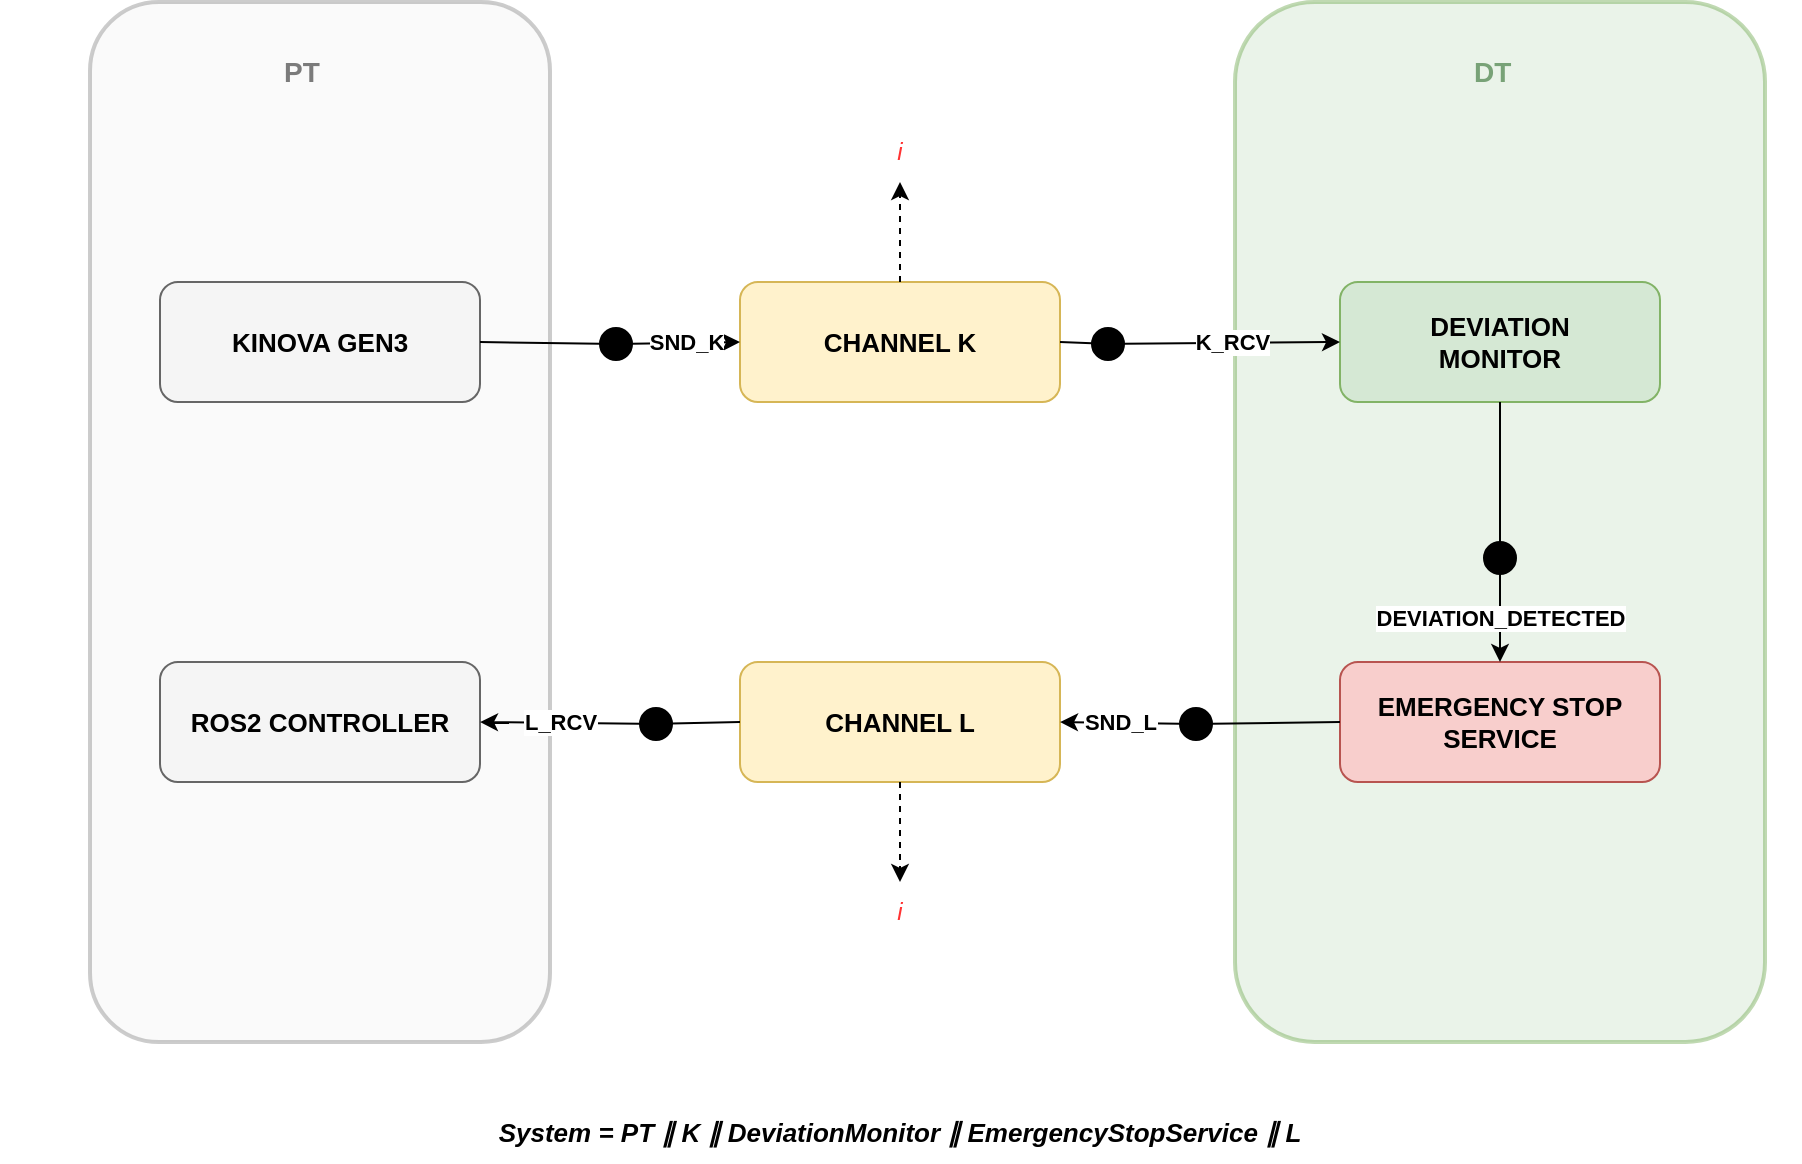
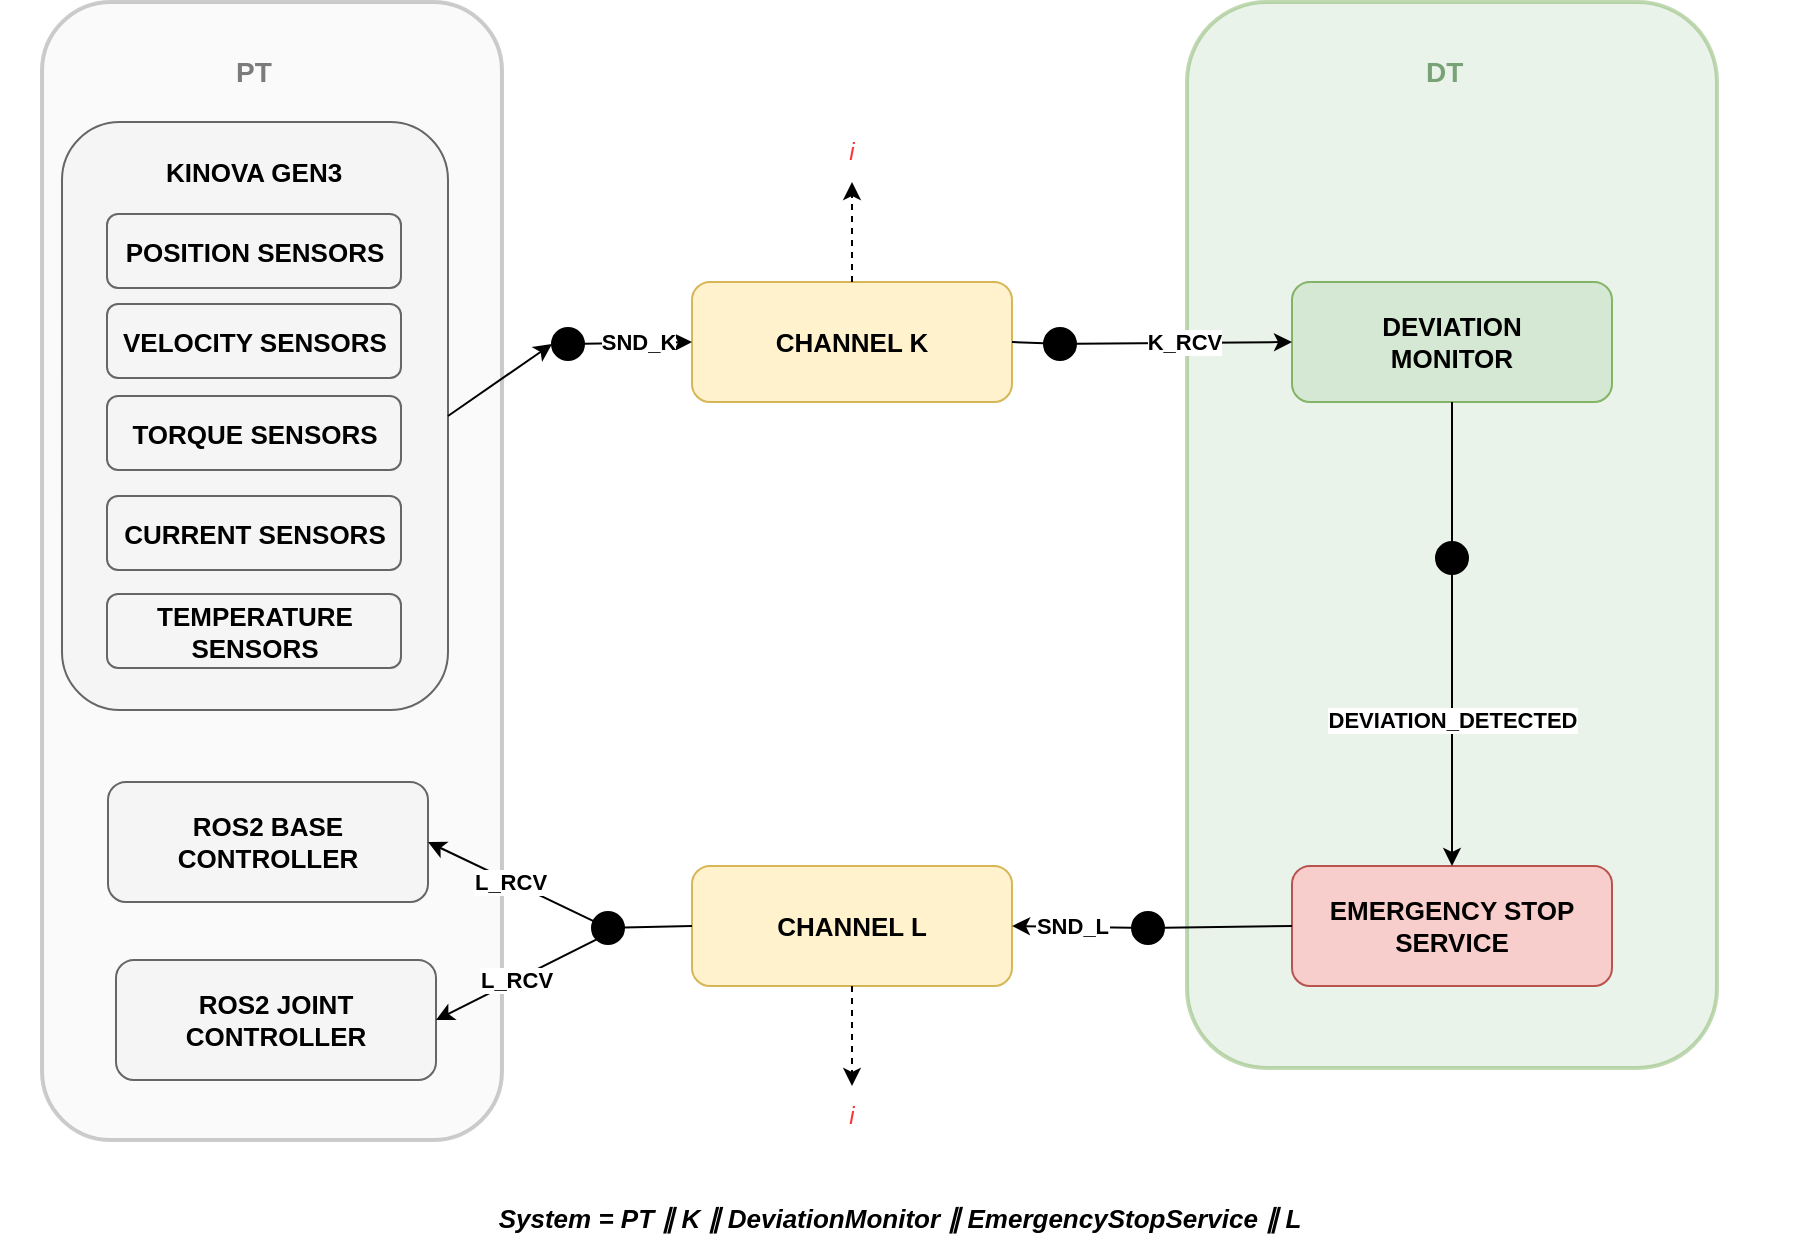
<mxfile host="app.diagrams.net">
-   <diagram name="Page-1" id="aHF6abA9luz294E4NwM4">
-     <mxGraphModel dx="1804" dy="924" grid="1" gridSize="10" guides="1" tooltips="1" connect="1" arrows="1" fold="1" page="1" pageScale="1" pageWidth="850" pageHeight="1100" math="0" shadow="0">
+   <diagram name="Page-1" id="sh9bsMB08n6d6SiCNyWP">
+     <mxGraphModel dx="1406" dy="780" grid="0" gridSize="10" guides="1" tooltips="1" connect="1" arrows="1" fold="1" page="0" pageScale="1" pageWidth="850" pageHeight="1100" math="0" shadow="0">
      <root>
        <mxCell id="0" />
        <mxCell id="1" parent="0" />
-         <mxCell id="-dvypi9WUPhnLqLtzSfD-53" parent="1" style="text;html=1;strokeColor=none;fillColor=none;align=left;verticalAlign=top;whiteSpace=wrap;rounded=0;fontSize=14;fontStyle=1;" value="PT" vertex="1">
+         <mxCell id="Dj8f1PWZDev7fTzcWcMN-1" parent="1" style="text;html=1;strokeColor=none;fillColor=none;align=left;verticalAlign=top;whiteSpace=wrap;rounded=0;fontSize=14;fontStyle=1;" value="PT" vertex="1">
          <mxGeometry height="30" width="40" x="150" y="80" as="geometry" />
        </mxCell>
-         <mxCell id="-dvypi9WUPhnLqLtzSfD-54" parent="1" style="rounded=1;whiteSpace=wrap;html=1;fillColor=#f5f5f5;strokeColor=#999999;strokeWidth=2;fontSize=12;opacity=50;" value="" vertex="1">
-           <mxGeometry height="520" width="230" x="55" y="60" as="geometry" />
+         <mxCell id="Dj8f1PWZDev7fTzcWcMN-2" parent="1" style="rounded=1;whiteSpace=wrap;html=1;fillColor=#f5f5f5;strokeColor=#999999;strokeWidth=2;fontSize=12;opacity=50;" value="" vertex="1">
+           <mxGeometry height="569" width="230" x="55" y="60" as="geometry" />
        </mxCell>
-         <mxCell id="-dvypi9WUPhnLqLtzSfD-55" parent="1" style="text;html=1;strokeColor=none;fillColor=none;align=left;verticalAlign=top;whiteSpace=wrap;rounded=0;fontSize=14;fontStyle=1;fontColor=#1a5c1a;" value="DT" vertex="1">
+         <mxCell id="Dj8f1PWZDev7fTzcWcMN-3" parent="1" style="text;html=1;strokeColor=none;fillColor=none;align=left;verticalAlign=top;whiteSpace=wrap;rounded=0;fontSize=14;fontStyle=1;fontColor=#1a5c1a;" value="DT" vertex="1">
          <mxGeometry height="30" width="30" x="745" y="80" as="geometry" />
        </mxCell>
-         <mxCell id="-dvypi9WUPhnLqLtzSfD-56" parent="1" style="rounded=1;whiteSpace=wrap;html=1;fillColor=#d5e8d4;strokeColor=#82b366;strokeWidth=2;fontSize=12;opacity=50;" value="" vertex="1">
-           <mxGeometry height="520" width="265" x="627.5" y="60" as="geometry" />
+         <mxCell id="Dj8f1PWZDev7fTzcWcMN-4" parent="1" style="rounded=1;whiteSpace=wrap;html=1;fillColor=#d5e8d4;strokeColor=#82b366;strokeWidth=2;fontSize=12;opacity=50;" value="" vertex="1">
+           <mxGeometry height="533" width="265" x="627.5" y="60" as="geometry" />
        </mxCell>
-         <mxCell id="-dvypi9WUPhnLqLtzSfD-57" parent="1" style="rounded=1;whiteSpace=wrap;html=1;fillColor=#f5f5f5;strokeColor=#666666;fontStyle=1;fontSize=13;" value="KINOVA GEN3" vertex="1">
-           <mxGeometry height="60" width="160" x="90" y="200" as="geometry" />
+         <mxCell id="Dj8f1PWZDev7fTzcWcMN-5" parent="1" style="rounded=1;whiteSpace=wrap;html=1;fillColor=#f5f5f5;strokeColor=#666666;fontStyle=1;fontSize=13;" value="" vertex="1">
+           <mxGeometry height="294" width="193" x="65" y="120" as="geometry" />
        </mxCell>
-         <mxCell id="-dvypi9WUPhnLqLtzSfD-58" parent="1" style="rounded=1;whiteSpace=wrap;html=1;fillColor=#f5f5f5;strokeColor=#666666;fontStyle=1;fontSize=13;" value="ROS2 CONTROLLER" vertex="1">
-           <mxGeometry height="60" width="160" x="90" y="390" as="geometry" />
+         <mxCell id="Dj8f1PWZDev7fTzcWcMN-6" parent="1" style="rounded=1;whiteSpace=wrap;html=1;fillColor=#f5f5f5;strokeColor=#666666;fontStyle=1;fontSize=13;" value="ROS2 BASE CONTROLLER" vertex="1">
+           <mxGeometry height="60" width="160" x="88" y="450" as="geometry" />
        </mxCell>
-         <mxCell id="-dvypi9WUPhnLqLtzSfD-59" parent="1" style="rounded=1;whiteSpace=wrap;html=1;fillColor=#fff2cc;strokeColor=#d6b656;fontStyle=1;fontSize=13;" value="CHANNEL K" vertex="1">
+         <mxCell id="Dj8f1PWZDev7fTzcWcMN-7" parent="1" style="rounded=1;whiteSpace=wrap;html=1;fillColor=#fff2cc;strokeColor=#d6b656;fontStyle=1;fontSize=13;" value="CHANNEL K" vertex="1">
          <mxGeometry height="60" width="160" x="380" y="200" as="geometry" />
        </mxCell>
-         <mxCell id="-dvypi9WUPhnLqLtzSfD-60" parent="1" style="rounded=1;whiteSpace=wrap;html=1;fillColor=#fff2cc;strokeColor=#d6b656;fontStyle=1;fontSize=13;" value="CHANNEL L" vertex="1">
-           <mxGeometry height="60" width="160" x="380" y="390" as="geometry" />
+         <mxCell id="Dj8f1PWZDev7fTzcWcMN-8" parent="1" style="rounded=1;whiteSpace=wrap;html=1;fillColor=#fff2cc;strokeColor=#d6b656;fontStyle=1;fontSize=13;" value="CHANNEL L" vertex="1">
+           <mxGeometry height="60" width="160" x="380" y="492" as="geometry" />
        </mxCell>
-         <mxCell id="-dvypi9WUPhnLqLtzSfD-61" parent="1" style="rounded=1;whiteSpace=wrap;html=1;fillColor=#d5e8d4;strokeColor=#82b366;fontStyle=1;fontSize=13;" value="DEVIATION&lt;br/&gt;MONITOR" vertex="1">
+         <mxCell id="Dj8f1PWZDev7fTzcWcMN-9" parent="1" style="rounded=1;whiteSpace=wrap;html=1;fillColor=#d5e8d4;strokeColor=#82b366;fontStyle=1;fontSize=13;" value="DEVIATION&lt;br/&gt;MONITOR" vertex="1">
          <mxGeometry height="60" width="160" x="680" y="200" as="geometry" />
        </mxCell>
-         <mxCell id="-dvypi9WUPhnLqLtzSfD-62" parent="1" style="rounded=1;whiteSpace=wrap;html=1;fillColor=#f8cecc;strokeColor=#b85450;fontStyle=1;fontSize=13;" value="EMERGENCY STOP&lt;br/&gt;SERVICE" vertex="1">
-           <mxGeometry height="60" width="160" x="680" y="390" as="geometry" />
+         <mxCell id="Dj8f1PWZDev7fTzcWcMN-10" parent="1" style="rounded=1;whiteSpace=wrap;html=1;fillColor=#f8cecc;strokeColor=#b85450;fontStyle=1;fontSize=13;" value="EMERGENCY STOP&lt;br/&gt;SERVICE" vertex="1">
+           <mxGeometry height="60" width="160" x="680" y="492" as="geometry" />
        </mxCell>
-         <mxCell id="-dvypi9WUPhnLqLtzSfD-63" parent="1" style="ellipse;whiteSpace=wrap;html=1;fillColor=#000000;strokeColor=#000000;aspect=fixed;" value="" vertex="1">
+         <mxCell id="Dj8f1PWZDev7fTzcWcMN-11" parent="1" style="ellipse;whiteSpace=wrap;html=1;fillColor=#000000;strokeColor=#000000;aspect=fixed;" value="" vertex="1">
          <mxGeometry height="16" width="16" x="310" y="223" as="geometry" />
        </mxCell>
-         <mxCell id="-dvypi9WUPhnLqLtzSfD-64" parent="1" style="ellipse;whiteSpace=wrap;html=1;fillColor=#000000;strokeColor=#000000;aspect=fixed;" value="" vertex="1">
+         <mxCell id="Dj8f1PWZDev7fTzcWcMN-12" parent="1" style="ellipse;whiteSpace=wrap;html=1;fillColor=#000000;strokeColor=#000000;aspect=fixed;" value="" vertex="1">
          <mxGeometry height="16" width="16" x="556" y="223" as="geometry" />
        </mxCell>
-         <mxCell id="-dvypi9WUPhnLqLtzSfD-65" parent="1" style="ellipse;whiteSpace=wrap;html=1;fillColor=#000000;strokeColor=#000000;aspect=fixed;" value="" vertex="1">
+         <mxCell id="Dj8f1PWZDev7fTzcWcMN-13" parent="1" style="ellipse;whiteSpace=wrap;html=1;fillColor=#000000;strokeColor=#000000;aspect=fixed;" value="" vertex="1">
          <mxGeometry height="16" width="16" x="752" y="330" as="geometry" />
        </mxCell>
-         <mxCell id="-dvypi9WUPhnLqLtzSfD-66" parent="1" style="ellipse;whiteSpace=wrap;html=1;fillColor=#000000;strokeColor=#000000;aspect=fixed;" value="" vertex="1">
-           <mxGeometry height="16" width="16" x="600" y="413" as="geometry" />
+         <mxCell id="Dj8f1PWZDev7fTzcWcMN-14" parent="1" style="ellipse;whiteSpace=wrap;html=1;fillColor=#000000;strokeColor=#000000;aspect=fixed;" value="" vertex="1">
+           <mxGeometry height="16" width="16" x="600" y="515" as="geometry" />
        </mxCell>
-         <mxCell id="-dvypi9WUPhnLqLtzSfD-67" parent="1" style="ellipse;whiteSpace=wrap;html=1;fillColor=#000000;strokeColor=#000000;aspect=fixed;" value="" vertex="1">
-           <mxGeometry height="16" width="16" x="330" y="413" as="geometry" />
+         <mxCell id="Dj8f1PWZDev7fTzcWcMN-15" parent="1" style="ellipse;whiteSpace=wrap;html=1;fillColor=#000000;strokeColor=#000000;aspect=fixed;" value="" vertex="1">
+           <mxGeometry height="16" width="16" x="330" y="515" as="geometry" />
        </mxCell>
-         <mxCell id="-dvypi9WUPhnLqLtzSfD-68" edge="1" parent="1" source="-dvypi9WUPhnLqLtzSfD-57" style="edgeStyle=none;rounded=0;html=1;exitX=1;exitY=0.5;exitDx=0;exitDy=0;endArrow=none;" target="-dvypi9WUPhnLqLtzSfD-63" value="">
+         <mxCell id="Dj8f1PWZDev7fTzcWcMN-17" edge="1" parent="1" source="Dj8f1PWZDev7fTzcWcMN-11" style="edgeStyle=none;rounded=0;html=1;entryX=0;entryY=0.5;entryDx=0;entryDy=0;fontSize=11;fontStyle=1;labelBackgroundColor=#ffffff;" target="Dj8f1PWZDev7fTzcWcMN-7" value="SND_K">
          <mxGeometry relative="1" as="geometry" />
        </mxCell>
-         <mxCell id="-dvypi9WUPhnLqLtzSfD-69" edge="1" parent="1" source="-dvypi9WUPhnLqLtzSfD-63" style="edgeStyle=none;rounded=0;html=1;entryX=0;entryY=0.5;entryDx=0;entryDy=0;fontSize=11;fontStyle=1;labelBackgroundColor=#ffffff;" target="-dvypi9WUPhnLqLtzSfD-59" value="SND_K">
+         <mxCell id="Dj8f1PWZDev7fTzcWcMN-18" edge="1" parent="1" source="Dj8f1PWZDev7fTzcWcMN-7" style="edgeStyle=none;rounded=0;html=1;exitX=1;exitY=0.5;exitDx=0;exitDy=0;endArrow=none;" target="Dj8f1PWZDev7fTzcWcMN-12" value="">
          <mxGeometry relative="1" as="geometry" />
        </mxCell>
-         <mxCell id="-dvypi9WUPhnLqLtzSfD-70" edge="1" parent="1" source="-dvypi9WUPhnLqLtzSfD-59" style="edgeStyle=none;rounded=0;html=1;exitX=1;exitY=0.5;exitDx=0;exitDy=0;endArrow=none;" target="-dvypi9WUPhnLqLtzSfD-64" value="">
+         <mxCell id="Dj8f1PWZDev7fTzcWcMN-19" edge="1" parent="1" source="Dj8f1PWZDev7fTzcWcMN-12" style="edgeStyle=none;rounded=0;html=1;entryX=0;entryY=0.5;entryDx=0;entryDy=0;fontSize=11;fontStyle=1;labelBackgroundColor=#ffffff;" target="Dj8f1PWZDev7fTzcWcMN-9" value="K_RCV">
          <mxGeometry relative="1" as="geometry" />
        </mxCell>
-         <mxCell id="-dvypi9WUPhnLqLtzSfD-71" edge="1" parent="1" source="-dvypi9WUPhnLqLtzSfD-64" style="edgeStyle=none;rounded=0;html=1;entryX=0;entryY=0.5;entryDx=0;entryDy=0;fontSize=11;fontStyle=1;labelBackgroundColor=#ffffff;" target="-dvypi9WUPhnLqLtzSfD-61" value="K_RCV">
+         <mxCell id="Dj8f1PWZDev7fTzcWcMN-20" edge="1" parent="1" source="Dj8f1PWZDev7fTzcWcMN-9" style="edgeStyle=none;rounded=0;html=1;exitX=0.5;exitY=1;exitDx=0;exitDy=0;endArrow=none;" target="Dj8f1PWZDev7fTzcWcMN-13" value="">
          <mxGeometry relative="1" as="geometry" />
        </mxCell>
-         <mxCell id="-dvypi9WUPhnLqLtzSfD-72" edge="1" parent="1" source="-dvypi9WUPhnLqLtzSfD-61" style="edgeStyle=none;rounded=0;html=1;exitX=0.5;exitY=1;exitDx=0;exitDy=0;endArrow=none;" target="-dvypi9WUPhnLqLtzSfD-65" value="">
+         <mxCell id="Dj8f1PWZDev7fTzcWcMN-21" edge="1" parent="1" source="Dj8f1PWZDev7fTzcWcMN-13" style="edgeStyle=none;rounded=0;html=1;entryX=0.5;entryY=0;entryDx=0;entryDy=0;fontSize=11;fontStyle=1;labelBackgroundColor=#ffffff;" target="Dj8f1PWZDev7fTzcWcMN-10" value="DEVIATION_DETECTED">
          <mxGeometry relative="1" as="geometry" />
        </mxCell>
-         <mxCell id="-dvypi9WUPhnLqLtzSfD-73" edge="1" parent="1" source="-dvypi9WUPhnLqLtzSfD-65" style="edgeStyle=none;rounded=0;html=1;entryX=0.5;entryY=0;entryDx=0;entryDy=0;fontSize=11;fontStyle=1;labelBackgroundColor=#ffffff;" target="-dvypi9WUPhnLqLtzSfD-62" value="DEVIATION_DETECTED">
+         <mxCell id="Dj8f1PWZDev7fTzcWcMN-22" edge="1" parent="1" source="Dj8f1PWZDev7fTzcWcMN-10" style="edgeStyle=none;rounded=0;html=1;exitX=0;exitY=0.5;exitDx=0;exitDy=0;endArrow=none;" target="Dj8f1PWZDev7fTzcWcMN-14" value="">
          <mxGeometry relative="1" as="geometry" />
        </mxCell>
-         <mxCell id="-dvypi9WUPhnLqLtzSfD-74" edge="1" parent="1" source="-dvypi9WUPhnLqLtzSfD-62" style="edgeStyle=none;rounded=0;html=1;exitX=0;exitY=0.5;exitDx=0;exitDy=0;endArrow=none;" target="-dvypi9WUPhnLqLtzSfD-66" value="">
+         <mxCell id="Dj8f1PWZDev7fTzcWcMN-23" edge="1" parent="1" source="Dj8f1PWZDev7fTzcWcMN-14" style="edgeStyle=none;rounded=0;html=1;entryX=1;entryY=0.5;entryDx=0;entryDy=0;fontSize=11;fontStyle=1;labelBackgroundColor=#ffffff;" target="Dj8f1PWZDev7fTzcWcMN-8" value="SND_L">
          <mxGeometry relative="1" as="geometry" />
        </mxCell>
-         <mxCell id="-dvypi9WUPhnLqLtzSfD-75" edge="1" parent="1" source="-dvypi9WUPhnLqLtzSfD-66" style="edgeStyle=none;rounded=0;html=1;entryX=1;entryY=0.5;entryDx=0;entryDy=0;fontSize=11;fontStyle=1;labelBackgroundColor=#ffffff;" target="-dvypi9WUPhnLqLtzSfD-60" value="SND_L">
+         <mxCell id="Dj8f1PWZDev7fTzcWcMN-24" edge="1" parent="1" source="Dj8f1PWZDev7fTzcWcMN-8" style="edgeStyle=none;rounded=0;html=1;exitX=0;exitY=0.5;exitDx=0;exitDy=0;endArrow=none;" target="Dj8f1PWZDev7fTzcWcMN-15" value="">
          <mxGeometry relative="1" as="geometry" />
        </mxCell>
-         <mxCell id="-dvypi9WUPhnLqLtzSfD-76" edge="1" parent="1" source="-dvypi9WUPhnLqLtzSfD-60" style="edgeStyle=none;rounded=0;html=1;exitX=0;exitY=0.5;exitDx=0;exitDy=0;endArrow=none;" target="-dvypi9WUPhnLqLtzSfD-67" value="">
+         <mxCell id="Dj8f1PWZDev7fTzcWcMN-25" edge="1" parent="1" source="Dj8f1PWZDev7fTzcWcMN-15" style="edgeStyle=none;rounded=0;html=1;entryX=1;entryY=0.5;entryDx=0;entryDy=0;fontSize=11;fontStyle=1;labelBackgroundColor=#ffffff;" target="Dj8f1PWZDev7fTzcWcMN-6" value="L_RCV">
          <mxGeometry relative="1" as="geometry" />
        </mxCell>
-         <mxCell id="-dvypi9WUPhnLqLtzSfD-77" edge="1" parent="1" source="-dvypi9WUPhnLqLtzSfD-67" style="edgeStyle=none;rounded=0;html=1;entryX=1;entryY=0.5;entryDx=0;entryDy=0;fontSize=11;fontStyle=1;labelBackgroundColor=#ffffff;" target="-dvypi9WUPhnLqLtzSfD-58" value="L_RCV">
-           <mxGeometry relative="1" as="geometry" />
+         <mxCell id="Dj8f1PWZDev7fTzcWcMN-26" parent="1" style="text;html=1;strokeColor=none;fillColor=none;align=center;verticalAlign=middle;whiteSpace=wrap;rounded=0;fontSize=13;fontStyle=3;" value="System = PT ∥ K ∥ DeviationMonitor ∥ EmergencyStopService ∥ L" vertex="1">
+           <mxGeometry height="30" width="900" x="34" y="653" as="geometry" />
        </mxCell>
-         <mxCell id="-dvypi9WUPhnLqLtzSfD-80" parent="1" style="text;html=1;strokeColor=none;fillColor=none;align=center;verticalAlign=middle;whiteSpace=wrap;rounded=0;fontSize=13;fontStyle=3;" value="System = PT ∥ K ∥ DeviationMonitor ∥ EmergencyStopService ∥ L" vertex="1">
-           <mxGeometry height="30" width="900" x="10" y="610" as="geometry" />
-         </mxCell>
-         <mxCell id="-dvypi9WUPhnLqLtzSfD-86" edge="1" parent="1" style="endArrow=classic;html=1;rounded=0;dashed=1;" value="">
+         <mxCell id="Dj8f1PWZDev7fTzcWcMN-27" edge="1" parent="1" style="endArrow=classic;html=1;rounded=0;dashed=1;" value="">
          <mxGeometry height="50" relative="1" width="50" as="geometry">
            <mxPoint x="460" y="200" as="sourcePoint" />
            <mxPoint x="460" y="150" as="targetPoint" />
          </mxGeometry>
        </mxCell>
-         <mxCell id="-dvypi9WUPhnLqLtzSfD-87" edge="1" parent="1" source="-dvypi9WUPhnLqLtzSfD-60" style="endArrow=classic;html=1;rounded=0;exitX=0.5;exitY=1;exitDx=0;exitDy=0;dashed=1;" value="">
+         <mxCell id="Dj8f1PWZDev7fTzcWcMN-28" edge="1" parent="1" source="Dj8f1PWZDev7fTzcWcMN-8" style="endArrow=classic;html=1;rounded=0;exitX=0.5;exitY=1;exitDx=0;exitDy=0;dashed=1;entryX=0.5;entryY=0;entryDx=0;entryDy=0;" target="Dj8f1PWZDev7fTzcWcMN-30" value="">
          <mxGeometry height="50" relative="1" width="50" as="geometry">
            <mxPoint x="435" y="530" as="sourcePoint" />
            <mxPoint x="460" y="500" as="targetPoint" />
          </mxGeometry>
        </mxCell>
-         <mxCell id="-dvypi9WUPhnLqLtzSfD-89" parent="1" style="text;html=1;whiteSpace=wrap;strokeColor=none;fillColor=none;align=center;verticalAlign=middle;rounded=0;" value="&lt;i&gt;&lt;font style=&quot;color: rgb(255, 51, 51);&quot;&gt;i&lt;/font&gt;&lt;/i&gt;" vertex="1">
+         <mxCell id="Dj8f1PWZDev7fTzcWcMN-29" parent="1" style="text;html=1;whiteSpace=wrap;strokeColor=none;fillColor=none;align=center;verticalAlign=middle;rounded=0;" value="&lt;i&gt;&lt;font style=&quot;color: rgb(255, 51, 51);&quot;&gt;i&lt;/font&gt;&lt;/i&gt;" vertex="1">
          <mxGeometry height="30" width="60" x="430" y="120" as="geometry" />
        </mxCell>
-         <mxCell id="-dvypi9WUPhnLqLtzSfD-90" parent="1" style="text;html=1;whiteSpace=wrap;strokeColor=none;fillColor=none;align=center;verticalAlign=middle;rounded=0;" value="&lt;i&gt;&lt;font style=&quot;color: rgb(255, 51, 51);&quot;&gt;i&lt;/font&gt;&lt;/i&gt;" vertex="1">
-           <mxGeometry height="30" width="60" x="430" y="500" as="geometry" />
+         <mxCell id="Dj8f1PWZDev7fTzcWcMN-30" parent="1" style="text;html=1;whiteSpace=wrap;strokeColor=none;fillColor=none;align=center;verticalAlign=middle;rounded=0;" value="&lt;i&gt;&lt;font style=&quot;color: rgb(255, 51, 51);&quot;&gt;i&lt;/font&gt;&lt;/i&gt;" vertex="1">
+           <mxGeometry height="30" width="60" x="430" y="602" as="geometry" />
+         </mxCell>
+         <mxCell id="Dj8f1PWZDev7fTzcWcMN-31" parent="1" style="rounded=1;whiteSpace=wrap;html=1;fillColor=#f5f5f5;strokeColor=#666666;fontStyle=1;fontSize=13;" value="ROS2 JOINT CONTROLLER" vertex="1">
+           <mxGeometry height="60" width="160" x="92" y="539" as="geometry" />
+         </mxCell>
+         <mxCell id="Dj8f1PWZDev7fTzcWcMN-33" edge="1" parent="1" source="Dj8f1PWZDev7fTzcWcMN-15" style="edgeStyle=none;rounded=0;html=1;entryX=1;entryY=0.5;entryDx=0;entryDy=0;fontSize=11;fontStyle=1;labelBackgroundColor=#ffffff;exitX=0;exitY=1;exitDx=0;exitDy=0;" target="Dj8f1PWZDev7fTzcWcMN-31" value="L_RCV">
+           <mxGeometry relative="1" as="geometry">
+             <mxPoint x="423" y="497" as="sourcePoint" />
+             <mxPoint x="340" y="457" as="targetPoint" />
+           </mxGeometry>
+         </mxCell>
+         <mxCell id="Dj8f1PWZDev7fTzcWcMN-34" parent="1" style="text;html=1;whiteSpace=wrap;strokeColor=none;fillColor=none;align=center;verticalAlign=middle;rounded=0;" value="&lt;span style=&quot;font-size: 13px; font-weight: 700;&quot;&gt;KINOVA GEN3&lt;/span&gt;" vertex="1">
+           <mxGeometry height="30" width="108" x="107" y="130" as="geometry" />
+         </mxCell>
+         <mxCell id="Dj8f1PWZDev7fTzcWcMN-36" parent="1" style="rounded=1;whiteSpace=wrap;html=1;fillColor=#f5f5f5;strokeColor=#666666;fontStyle=1;fontSize=13;" value="VELOCITY SENSORS" vertex="1">
+           <mxGeometry height="37" width="147" x="87.5" y="211" as="geometry" />
+         </mxCell>
+         <mxCell id="Dj8f1PWZDev7fTzcWcMN-37" parent="1" style="rounded=1;whiteSpace=wrap;html=1;fillColor=#f5f5f5;strokeColor=#666666;fontStyle=1;fontSize=13;" value="TORQUE SENSORS" vertex="1">
+           <mxGeometry height="37" width="147" x="87.5" y="257" as="geometry" />
+         </mxCell>
+         <mxCell id="Dj8f1PWZDev7fTzcWcMN-38" parent="1" style="rounded=1;whiteSpace=wrap;html=1;fillColor=#f5f5f5;strokeColor=#666666;fontStyle=1;fontSize=13;" value="CURRENT SENSORS" vertex="1">
+           <mxGeometry height="37" width="147" x="87.5" y="307" as="geometry" />
+         </mxCell>
+         <mxCell id="Dj8f1PWZDev7fTzcWcMN-39" parent="1" style="rounded=1;whiteSpace=wrap;html=1;fillColor=#f5f5f5;strokeColor=#666666;fontStyle=1;fontSize=13;" value="TEMPERATURE SENSORS" vertex="1">
+           <mxGeometry height="37" width="147" x="87.5" y="356" as="geometry" />
+         </mxCell>
+         <mxCell id="Dj8f1PWZDev7fTzcWcMN-40" parent="1" style="rounded=1;whiteSpace=wrap;html=1;fillColor=#f5f5f5;strokeColor=#666666;fontStyle=1;fontSize=13;" value="POSITION SENSORS" vertex="1">
+           <mxGeometry height="37" width="147" x="87.5" y="166" as="geometry" />
+         </mxCell>
+         <mxCell id="Dj8f1PWZDev7fTzcWcMN-43" edge="1" parent="1" source="Dj8f1PWZDev7fTzcWcMN-5" style="endArrow=classic;html=1;rounded=0;exitX=1;exitY=0.5;exitDx=0;exitDy=0;entryX=0;entryY=0.5;entryDx=0;entryDy=0;" target="Dj8f1PWZDev7fTzcWcMN-11" value="">
+           <mxGeometry height="50" relative="1" width="50" as="geometry">
+             <mxPoint x="400" y="427" as="sourcePoint" />
+             <mxPoint x="450" y="377" as="targetPoint" />
+           </mxGeometry>
        </mxCell>
      </root>
    </mxGraphModel>
  </diagram>
</mxfile>
